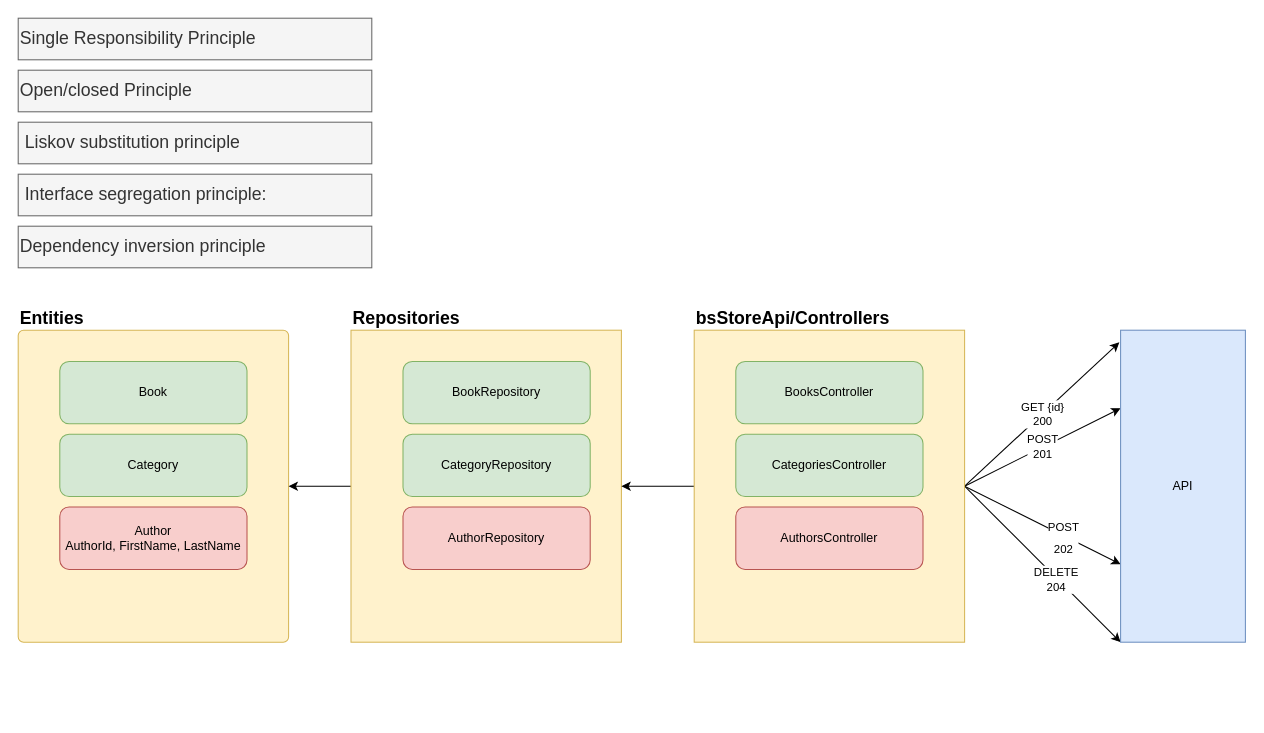
This is page "day-09" (9 of 9) of day-08/draw.drawio from zcomert/BtkAkademiDotNetBootCamp, a draw.io file, before an edit. Source tidied: cells renumbered, new cells numbered last; positions are measured from the earlier drawing's top-left corner, leaving out a move shared by most shapes. Both pictures are drawn from the tidied source at 104%, with x=0, y=0 at pixel (18, 18).
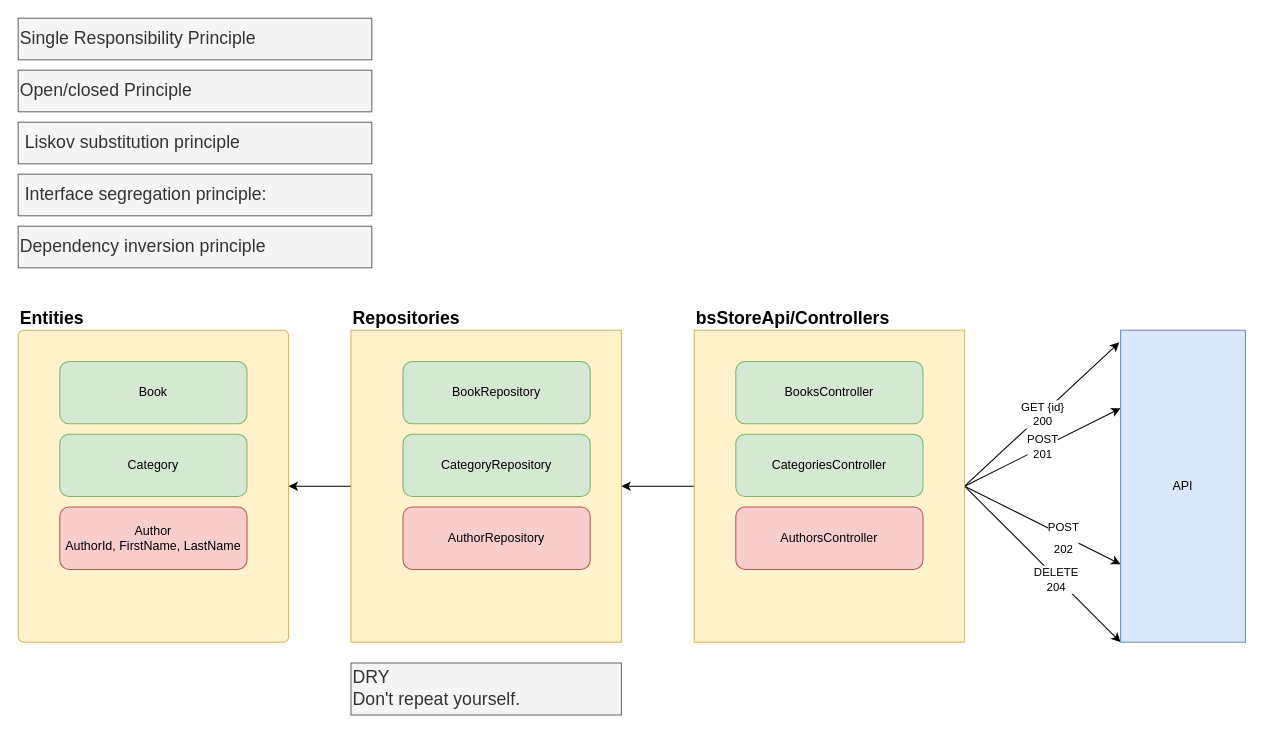
The same page after the edit.

The edit, as a diff of the source:
```diff
@@
+    <mxCell id="31" value="DRY&lt;br&gt;Don't repeat yourself." style="text;html=1;strokeColor=#666666;fillColor=#f5f5f5;align=left;verticalAlign=middle;whiteSpace=wrap;rounded=0;fontSize=17;fontColor=#333333;" parent="1" vertex="1">
+      <mxGeometry x="320" y="620" width="260" height="50" as="geometry" />
+    </mxCell>
```
